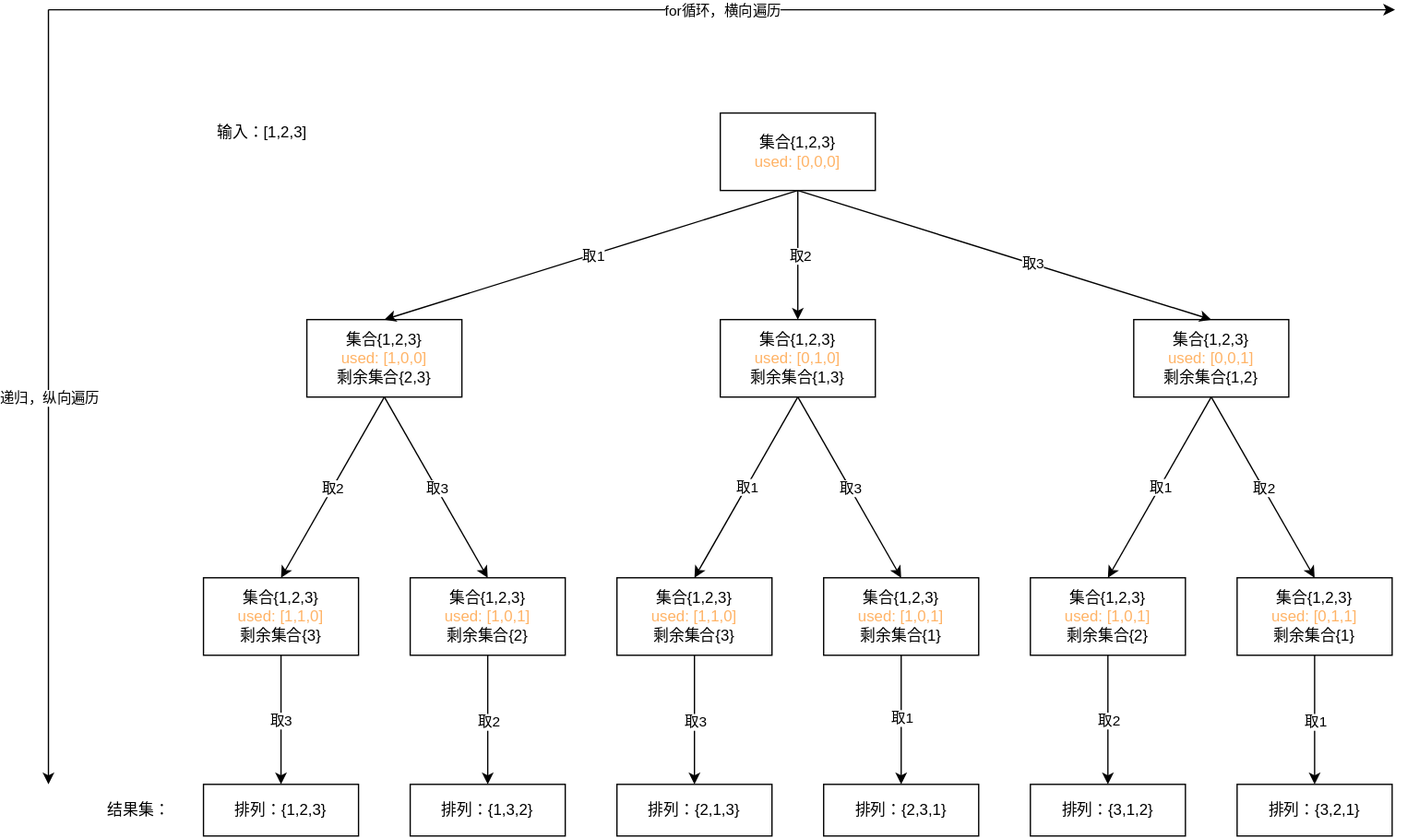
The draw.io diagram LeetCode/46. 全排列/全排列.drawio.svg in qishilong/algorithm, before a commit. Source tidied: cells renumbered, new cells last; positions are measured from the earlier drawing's top-left corner, leaving out a move shared by most shapes.
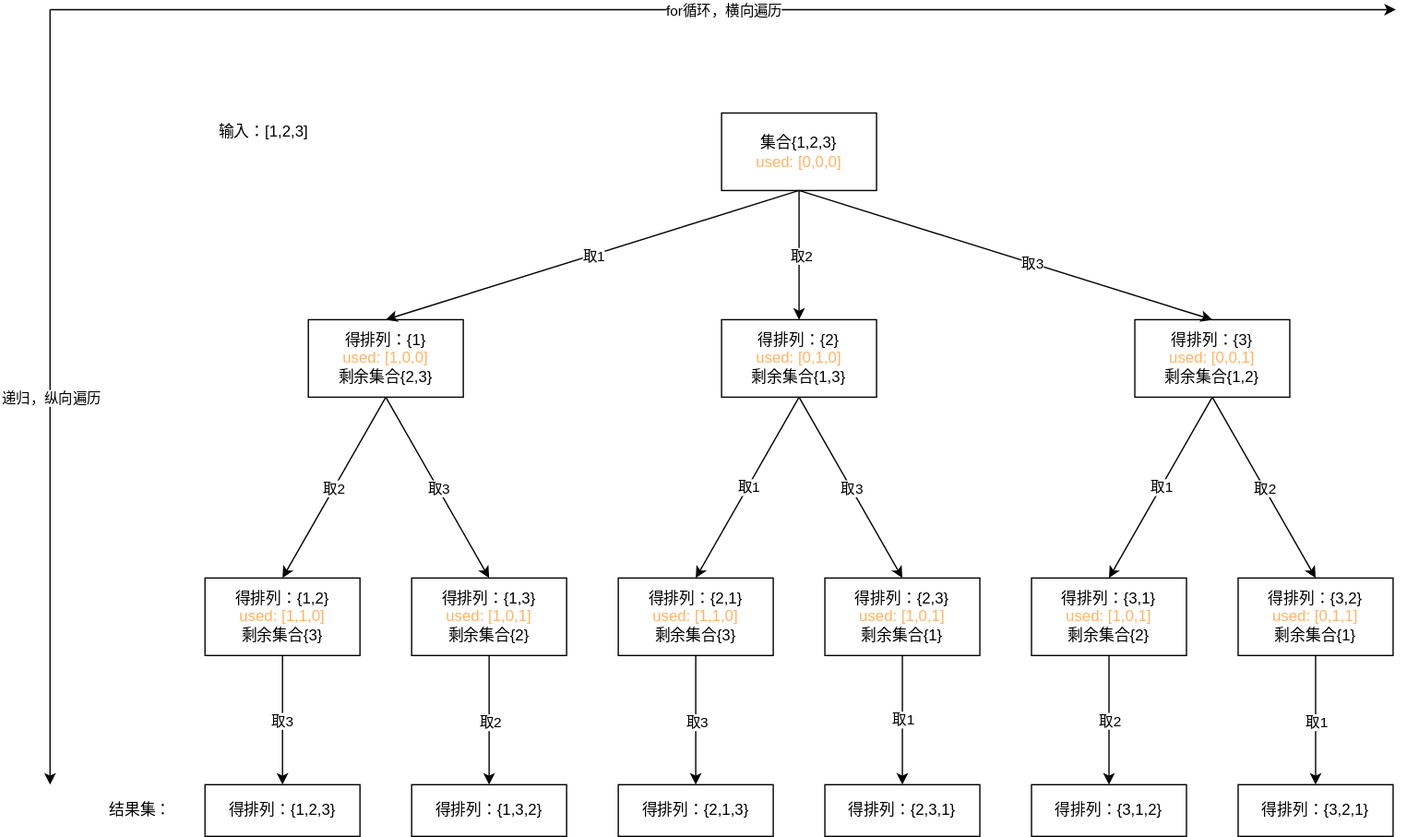
Later version of the same file.

Diff of the diagram source:
```diff
@@ -8,13 +8,13 @@
     <mxCell id="3" value="集合{1,2,3}&lt;div&gt;&lt;font color=&quot;#ffb366&quot;&gt;used: [0,0,0]&lt;/font&gt;&lt;/div&gt;" style="rounded=0;whiteSpace=wrap;html=1;" parent="1" vertex="1">
       <mxGeometry x="520" y="80" width="120" height="60" as="geometry" />
     </mxCell>
-    <mxCell id="4" value="集合{1,2,3}&lt;div&gt;&lt;font color=&quot;#ffb366&quot;&gt;used: [1,0,0]&lt;/font&gt;&lt;/div&gt;&lt;div&gt;剩余&lt;span style=&quot;background-color: initial;&quot;&gt;集合{2,3}&lt;/span&gt;&lt;/div&gt;" style="rounded=0;whiteSpace=wrap;html=1;" parent="1" vertex="1">
+    <mxCell id="4" value="&lt;div&gt;&lt;span style=&quot;background-color: initial;&quot;&gt;得排列：{1}&lt;/span&gt;&lt;/div&gt;&lt;div&gt;&lt;font color=&quot;#ffb366&quot;&gt;used: [1,0,0]&lt;/font&gt;&lt;/div&gt;&lt;div&gt;剩余&lt;span style=&quot;background-color: initial;&quot;&gt;集合{2,3}&lt;/span&gt;&lt;/div&gt;" style="rounded=0;whiteSpace=wrap;html=1;" parent="1" vertex="1">
       <mxGeometry x="200" y="240" width="120" height="60" as="geometry" />
     </mxCell>
-    <mxCell id="5" value="集合{1,2,3}&lt;div&gt;&lt;font color=&quot;#ffb366&quot;&gt;used: [0,1,0]&lt;/font&gt;&lt;/div&gt;&lt;div&gt;剩余&lt;span style=&quot;background-color: initial;&quot;&gt;集合{1,3}&lt;/span&gt;&lt;/div&gt;" style="rounded=0;whiteSpace=wrap;html=1;" parent="1" vertex="1">
+    <mxCell id="5" value="&lt;div&gt;&lt;span style=&quot;background-color: initial;&quot;&gt;得排列：{2}&lt;/span&gt;&lt;/div&gt;&lt;div&gt;&lt;font color=&quot;#ffb366&quot;&gt;used: [0,1,0]&lt;/font&gt;&lt;/div&gt;&lt;div&gt;剩余&lt;span style=&quot;background-color: initial;&quot;&gt;集合{1,3}&lt;/span&gt;&lt;/div&gt;" style="rounded=0;whiteSpace=wrap;html=1;" parent="1" vertex="1">
       <mxGeometry x="520" y="240" width="120" height="60" as="geometry" />
     </mxCell>
-    <mxCell id="6" value="集合{1,2,3}&lt;div&gt;&lt;font color=&quot;#ffb366&quot;&gt;used: [0,0,1]&lt;/font&gt;&lt;/div&gt;&lt;div&gt;剩余&lt;span style=&quot;background-color: initial;&quot;&gt;集合{1,2}&lt;/span&gt;&lt;font color=&quot;#ffb366&quot;&gt;&lt;br&gt;&lt;/font&gt;&lt;/div&gt;" style="rounded=0;whiteSpace=wrap;html=1;" parent="1" vertex="1">
+    <mxCell id="6" value="&lt;div&gt;&lt;span style=&quot;background-color: initial;&quot;&gt;得排列：{3}&lt;/span&gt;&lt;/div&gt;&lt;div&gt;&lt;font color=&quot;#ffb366&quot;&gt;used: [0,0,1]&lt;/font&gt;&lt;/div&gt;&lt;div&gt;剩余&lt;span style=&quot;background-color: initial;&quot;&gt;集合{1,2}&lt;/span&gt;&lt;font color=&quot;#ffb366&quot;&gt;&lt;br&gt;&lt;/font&gt;&lt;/div&gt;" style="rounded=0;whiteSpace=wrap;html=1;" parent="1" vertex="1">
       <mxGeometry x="840" y="240" width="120" height="60" as="geometry" />
     </mxCell>
     <mxCell id="7" style="edgeStyle=orthogonalEdgeStyle;jettySize=auto;html=1;" parent="1" edge="1" source="9" target="43">
@@ -23,7 +23,7 @@
     <mxCell id="8" value="取3" style="edgeLabel;html=1;align=center;verticalAlign=middle;" parent="7" vertex="1">
       <mxGeometry y="-1" relative="1" as="geometry" />
     </mxCell>
-    <mxCell id="9" value="集合{1,2,3}&lt;div&gt;&lt;font color=&quot;#ffb366&quot;&gt;used: [1,1,0]&lt;/font&gt;&lt;/div&gt;&lt;div&gt;剩余&lt;span style=&quot;background-color: initial;&quot;&gt;集合{3}&lt;/span&gt;&lt;font color=&quot;#ffb366&quot;&gt;&lt;br&gt;&lt;/font&gt;&lt;/div&gt;" style="rounded=0;whiteSpace=wrap;html=1;" parent="1" vertex="1">
+    <mxCell id="9" value="&lt;div&gt;&lt;span style=&quot;background-color: initial;&quot;&gt;得排列：{1,2}&lt;/span&gt;&lt;/div&gt;&lt;div&gt;&lt;font color=&quot;#ffb366&quot;&gt;used: [1,1,0]&lt;/font&gt;&lt;/div&gt;&lt;div&gt;剩余&lt;span style=&quot;background-color: initial;&quot;&gt;集合{3}&lt;/span&gt;&lt;font color=&quot;#ffb366&quot;&gt;&lt;br&gt;&lt;/font&gt;&lt;/div&gt;" style="rounded=0;whiteSpace=wrap;html=1;" parent="1" vertex="1">
       <mxGeometry x="120" y="440" width="120" height="60" as="geometry" />
     </mxCell>
     <mxCell id="10" style="edgeStyle=orthogonalEdgeStyle;jettySize=auto;html=1;" parent="1" edge="1" source="12" target="45">
@@ -32,7 +32,7 @@
     <mxCell id="11" value="取2" style="edgeLabel;html=1;align=center;verticalAlign=middle;" parent="10" vertex="1">
       <mxGeometry x="0.01" relative="1" as="geometry" />
     </mxCell>
-    <mxCell id="12" value="集合{1,2,3}&lt;div&gt;&lt;font color=&quot;#ffb366&quot;&gt;used: [1,0,1]&lt;/font&gt;&lt;/div&gt;&lt;div&gt;剩余&lt;span style=&quot;background-color: initial;&quot;&gt;集合{2}&lt;/span&gt;&lt;font color=&quot;#ffb366&quot;&gt;&lt;br&gt;&lt;/font&gt;&lt;/div&gt;" style="rounded=0;whiteSpace=wrap;html=1;" parent="1" vertex="1">
+    <mxCell id="12" value="&lt;div&gt;&lt;span style=&quot;background-color: initial;&quot;&gt;得排列：{1,3}&lt;/span&gt;&lt;/div&gt;&lt;div&gt;&lt;font color=&quot;#ffb366&quot;&gt;used: [1,0,1]&lt;/font&gt;&lt;/div&gt;&lt;div&gt;剩余&lt;span style=&quot;background-color: initial;&quot;&gt;集合{2}&lt;/span&gt;&lt;font color=&quot;#ffb366&quot;&gt;&lt;br&gt;&lt;/font&gt;&lt;/div&gt;" style="rounded=0;whiteSpace=wrap;html=1;" parent="1" vertex="1">
       <mxGeometry x="280" y="440" width="120" height="60" as="geometry" />
     </mxCell>
     <mxCell id="13" style="edgeStyle=orthogonalEdgeStyle;jettySize=auto;html=1;" parent="1" edge="1" source="15" target="44">
@@ -41,7 +41,7 @@
     <mxCell id="14" value="取3" style="edgeLabel;html=1;align=center;verticalAlign=middle;" parent="13" vertex="1">
       <mxGeometry x="0.01" relative="1" as="geometry" />
     </mxCell>
-    <mxCell id="15" value="集合{1,2,3}&lt;div&gt;&lt;font color=&quot;#ffb366&quot;&gt;used: [1,1,0]&lt;/font&gt;&lt;/div&gt;&lt;div&gt;剩余&lt;span style=&quot;background-color: initial;&quot;&gt;集合{3}&lt;/span&gt;&lt;font color=&quot;#ffb366&quot;&gt;&lt;br&gt;&lt;/font&gt;&lt;/div&gt;" style="rounded=0;whiteSpace=wrap;html=1;" parent="1" vertex="1">
+    <mxCell id="15" value="&lt;div&gt;&lt;span style=&quot;background-color: initial;&quot;&gt;得排列：{2,1}&lt;/span&gt;&lt;/div&gt;&lt;div&gt;&lt;font color=&quot;#ffb366&quot;&gt;used: [1,1,0]&lt;/font&gt;&lt;/div&gt;&lt;div&gt;剩余&lt;span style=&quot;background-color: initial;&quot;&gt;集合{3}&lt;/span&gt;&lt;font color=&quot;#ffb366&quot;&gt;&lt;br&gt;&lt;/font&gt;&lt;/div&gt;" style="rounded=0;whiteSpace=wrap;html=1;" parent="1" vertex="1">
       <mxGeometry x="440" y="440" width="120" height="60" as="geometry" />
     </mxCell>
     <mxCell id="16" style="edgeStyle=orthogonalEdgeStyle;jettySize=auto;html=1;" parent="1" edge="1" source="18" target="46">
@@ -50,7 +50,7 @@
     <mxCell id="17" value="取1" style="edgeLabel;html=1;align=center;verticalAlign=middle;" parent="16" vertex="1">
       <mxGeometry x="-0.01" relative="1" as="geometry" />
     </mxCell>
-    <mxCell id="18" value="集合{1,2,3}&lt;div&gt;&lt;font color=&quot;#ffb366&quot;&gt;used: [1,0,1]&lt;/font&gt;&lt;/div&gt;&lt;div&gt;剩余&lt;span style=&quot;background-color: initial;&quot;&gt;集合{1}&lt;/span&gt;&lt;font color=&quot;#ffb366&quot;&gt;&lt;br&gt;&lt;/font&gt;&lt;/div&gt;" style="rounded=0;whiteSpace=wrap;html=1;" parent="1" vertex="1">
+    <mxCell id="18" value="&lt;div&gt;&lt;span style=&quot;background-color: initial;&quot;&gt;得排列：{2,3}&lt;/span&gt;&lt;/div&gt;&lt;div&gt;&lt;font color=&quot;#ffb366&quot;&gt;used: [1,0,1]&lt;/font&gt;&lt;/div&gt;&lt;div&gt;剩余&lt;span style=&quot;background-color: initial;&quot;&gt;集合{1}&lt;/span&gt;&lt;font color=&quot;#ffb366&quot;&gt;&lt;br&gt;&lt;/font&gt;&lt;/div&gt;" style="rounded=0;whiteSpace=wrap;html=1;" parent="1" vertex="1">
       <mxGeometry x="600" y="440" width="120" height="60" as="geometry" />
     </mxCell>
     <mxCell id="19" style="edgeStyle=orthogonalEdgeStyle;jettySize=auto;html=1;" parent="1" edge="1" source="21" target="48">
@@ -59,7 +59,7 @@
     <mxCell id="20" value="取2" style="edgeLabel;html=1;align=center;verticalAlign=middle;" parent="19" vertex="1">
       <mxGeometry relative="1" as="geometry" />
     </mxCell>
-    <mxCell id="21" value="集合{1,2,3}&lt;div&gt;&lt;font color=&quot;#ffb366&quot;&gt;used: [1,0,1]&lt;/font&gt;&lt;/div&gt;&lt;div&gt;剩余&lt;span style=&quot;background-color: initial;&quot;&gt;集合{2}&lt;/span&gt;&lt;font color=&quot;#ffb366&quot;&gt;&lt;br&gt;&lt;/font&gt;&lt;/div&gt;" style="rounded=0;whiteSpace=wrap;html=1;" parent="1" vertex="1">
+    <mxCell id="21" value="&lt;div&gt;&lt;span style=&quot;background-color: initial;&quot;&gt;得排列：{3,1}&lt;/span&gt;&lt;/div&gt;&lt;div&gt;&lt;font color=&quot;#ffb366&quot;&gt;used: [1,0,1]&lt;/font&gt;&lt;/div&gt;&lt;div&gt;剩余&lt;span style=&quot;background-color: initial;&quot;&gt;集合{2}&lt;/span&gt;&lt;font color=&quot;#ffb366&quot;&gt;&lt;br&gt;&lt;/font&gt;&lt;/div&gt;" style="rounded=0;whiteSpace=wrap;html=1;" parent="1" vertex="1">
       <mxGeometry x="760" y="440" width="120" height="60" as="geometry" />
     </mxCell>
     <mxCell id="22" style="edgeStyle=orthogonalEdgeStyle;jettySize=auto;html=1;" parent="1" edge="1" source="24" target="47">
@@ -68,7 +68,7 @@
     <mxCell id="23" value="取1" style="edgeLabel;html=1;align=center;verticalAlign=middle;" parent="22" vertex="1">
       <mxGeometry x="0.01" relative="1" as="geometry" />
     </mxCell>
-    <mxCell id="24" value="集合{1,2,3}&lt;div&gt;&lt;font color=&quot;#ffb366&quot;&gt;used: [0,1,1]&lt;/font&gt;&lt;/div&gt;&lt;div&gt;剩余&lt;span style=&quot;background-color: initial;&quot;&gt;集合{1}&lt;/span&gt;&lt;font color=&quot;#ffb366&quot;&gt;&lt;br&gt;&lt;/font&gt;&lt;/div&gt;" style="rounded=0;whiteSpace=wrap;html=1;" parent="1" vertex="1">
+    <mxCell id="24" value="&lt;div&gt;&lt;span style=&quot;background-color: initial;&quot;&gt;得排列：{3,2}&lt;/span&gt;&lt;/div&gt;&lt;div&gt;&lt;font color=&quot;#ffb366&quot;&gt;used: [0,1,1]&lt;/font&gt;&lt;/div&gt;&lt;div&gt;剩余&lt;span style=&quot;background-color: initial;&quot;&gt;集合{1}&lt;/span&gt;&lt;font color=&quot;#ffb366&quot;&gt;&lt;br&gt;&lt;/font&gt;&lt;/div&gt;" style="rounded=0;whiteSpace=wrap;html=1;" parent="1" vertex="1">
       <mxGeometry x="920" y="440" width="120" height="60" as="geometry" />
     </mxCell>
     <mxCell id="25" style="endArrow=classic;html=1;entryX=0.5;entryY=0;entryDx=0;entryDy=0;exitX=0.5;exitY=1;exitDx=0;exitDy=0;" parent="1" edge="1" source="3" target="4">
@@ -125,22 +125,22 @@
     <mxCell id="42" value="取2" style="edgeLabel;html=1;align=center;verticalAlign=middle;" parent="41" vertex="1">
       <mxGeometry relative="1" as="geometry" />
     </mxCell>
-    <mxCell id="43" value="排列：{1,2,3}" style="rounded=0;whiteSpace=wrap;html=1;" parent="1" vertex="1">
+    <mxCell id="43" value="得排列：{1,2,3}" style="rounded=0;whiteSpace=wrap;html=1;" parent="1" vertex="1">
       <mxGeometry x="120" y="600" width="120" height="40" as="geometry" />
     </mxCell>
-    <mxCell id="44" value="排列：{2,1,3}" style="rounded=0;whiteSpace=wrap;html=1;" parent="1" vertex="1">
+    <mxCell id="44" value="得排列：{2,1,3}" style="rounded=0;whiteSpace=wrap;html=1;" parent="1" vertex="1">
       <mxGeometry x="440" y="600" width="120" height="40" as="geometry" />
     </mxCell>
-    <mxCell id="45" value="排列：{1,3,2}" style="rounded=0;whiteSpace=wrap;html=1;" parent="1" vertex="1">
+    <mxCell id="45" value="得排列：{1,3,2}" style="rounded=0;whiteSpace=wrap;html=1;" parent="1" vertex="1">
       <mxGeometry x="280" y="600" width="120" height="40" as="geometry" />
     </mxCell>
-    <mxCell id="46" value="排列：{2,3,1}" style="rounded=0;whiteSpace=wrap;html=1;" parent="1" vertex="1">
+    <mxCell id="46" value="得排列：{2,3,1}" style="rounded=0;whiteSpace=wrap;html=1;" parent="1" vertex="1">
       <mxGeometry x="600" y="600" width="120" height="40" as="geometry" />
     </mxCell>
-    <mxCell id="47" value="排列：{3,2,1}" style="rounded=0;whiteSpace=wrap;html=1;" parent="1" vertex="1">
+    <mxCell id="47" value="得排列：{3,2,1}" style="rounded=0;whiteSpace=wrap;html=1;" parent="1" vertex="1">
       <mxGeometry x="920" y="600" width="120" height="40" as="geometry" />
     </mxCell>
-    <mxCell id="48" value="排列：{3,1,2}" style="rounded=0;whiteSpace=wrap;html=1;" parent="1" vertex="1">
+    <mxCell id="48" value="得排列：{3,1,2}" style="rounded=0;whiteSpace=wrap;html=1;" parent="1" vertex="1">
       <mxGeometry x="760" y="600" width="120" height="40" as="geometry" />
     </mxCell>
     <mxCell id="49" value="结果集：" style="text;html=1;align=center;verticalAlign=middle;whiteSpace=wrap;rounded=0;" parent="1" vertex="1">
```
